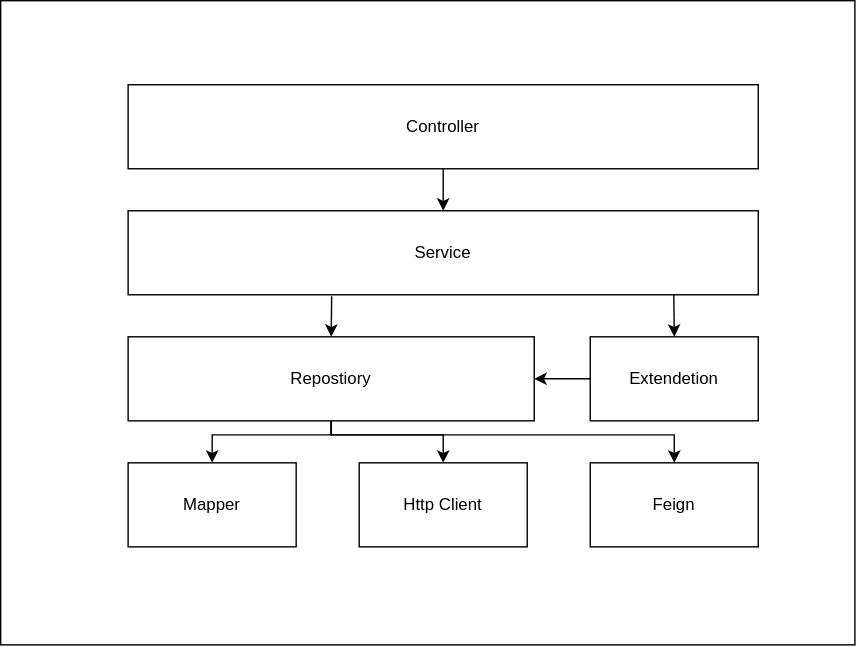
Above: Untitled Diagram.svg in jingwux/diagrams (draw.io), before the change. Source tidied: cells renumbered, new cells last; positions are measured from the earlier drawing's top-left corner, leaving out a move shared by most shapes. Source of this version:
```xml
<mxGraphModel>
  <root>
    <mxCell id="0" />
    <mxCell id="1" parent="0" />
    <mxCell id="2" style="rounded=0;whiteSpace=wrap;html=1;shadow=0;sketch=0;strokeWidth=1;" parent="1" vertex="1">
      <mxGeometry width="610" height="460" as="geometry" />
    </mxCell>
    <mxCell id="3" style="edgeStyle=orthogonalEdgeStyle;rounded=0;jettySize=auto;html=1;exitX=0.5;exitY=0;exitDx=0;exitDy=0;entryX=0.323;entryY=1.017;entryDx=0;entryDy=0;entryPerimeter=0;startArrow=classic;startFill=1;endArrow=none;endFill=0;" parent="1" edge="1" source="7" target="11">
      <mxGeometry relative="1" as="geometry" />
    </mxCell>
    <mxCell id="4" style="edgeStyle=orthogonalEdgeStyle;rounded=0;jettySize=auto;html=1;exitX=0.5;exitY=1;exitDx=0;exitDy=0;entryX=0.5;entryY=0;entryDx=0;entryDy=0;startArrow=none;startFill=0;endArrow=classic;endFill=1;" parent="1" edge="1" source="7" target="8">
      <mxGeometry relative="1" as="geometry">
        <Array as="points">
          <mxPoint x="236" y="310" />
          <mxPoint x="151" y="310" />
        </Array>
      </mxGeometry>
    </mxCell>
    <mxCell id="5" style="edgeStyle=orthogonalEdgeStyle;rounded=0;jettySize=auto;html=1;exitX=0.5;exitY=1;exitDx=0;exitDy=0;entryX=0.5;entryY=0;entryDx=0;entryDy=0;startArrow=none;startFill=0;endArrow=classic;endFill=1;" parent="1" edge="1" source="7" target="9">
      <mxGeometry relative="1" as="geometry">
        <Array as="points">
          <mxPoint x="236" y="310" />
          <mxPoint x="316" y="310" />
        </Array>
      </mxGeometry>
    </mxCell>
    <mxCell id="6" style="edgeStyle=orthogonalEdgeStyle;rounded=0;jettySize=auto;html=1;exitX=0.5;exitY=1;exitDx=0;exitDy=0;startArrow=none;startFill=0;endArrow=classic;endFill=1;" parent="1" edge="1" source="7" target="10">
      <mxGeometry relative="1" as="geometry">
        <Array as="points">
          <mxPoint x="236" y="310" />
          <mxPoint x="481" y="310" />
        </Array>
      </mxGeometry>
    </mxCell>
    <mxCell id="7" value="Repostiory" style="rounded=0;whiteSpace=wrap;html=1;shadow=0;sketch=0;strokeWidth=1;fillColor=#ffffff;" parent="1" vertex="1">
      <mxGeometry x="91" y="240" width="290" height="60" as="geometry" />
    </mxCell>
    <mxCell id="8" value="Mapper" style="rounded=0;whiteSpace=wrap;html=1;shadow=0;sketch=0;strokeWidth=1;fillColor=#ffffff;" parent="1" vertex="1">
      <mxGeometry x="91" y="330" width="120" height="60" as="geometry" />
    </mxCell>
    <mxCell id="9" value="Http Client" style="rounded=0;whiteSpace=wrap;html=1;shadow=0;sketch=0;strokeWidth=1;fillColor=#ffffff;" parent="1" vertex="1">
      <mxGeometry x="256" y="330" width="120" height="60" as="geometry" />
    </mxCell>
    <mxCell id="10" value="Feign" style="rounded=0;whiteSpace=wrap;html=1;shadow=0;sketch=0;strokeWidth=1;fillColor=#ffffff;" parent="1" vertex="1">
      <mxGeometry x="421" y="330" width="120" height="60" as="geometry" />
    </mxCell>
    <mxCell id="11" value="Service" style="rounded=0;whiteSpace=wrap;html=1;shadow=0;sketch=0;strokeWidth=1;fillColor=#ffffff;" parent="1" vertex="1">
      <mxGeometry x="91" y="150" width="450" height="60" as="geometry" />
    </mxCell>
    <mxCell id="12" style="edgeStyle=orthogonalEdgeStyle;rounded=0;jettySize=auto;html=1;exitX=0.5;exitY=1;exitDx=0;exitDy=0;entryX=0.5;entryY=0;entryDx=0;entryDy=0;startArrow=none;startFill=0;endArrow=classic;endFill=1;" parent="1" edge="1" source="13" target="11">
      <mxGeometry relative="1" as="geometry" />
    </mxCell>
    <mxCell id="13" value="Controller" style="rounded=0;whiteSpace=wrap;html=1;shadow=0;sketch=0;strokeWidth=1;fillColor=#ffffff;" parent="1" vertex="1">
      <mxGeometry x="91" y="60" width="450" height="60" as="geometry" />
    </mxCell>
    <mxCell id="14" style="edgeStyle=orthogonalEdgeStyle;rounded=0;jettySize=auto;html=1;exitX=0;exitY=0.5;exitDx=0;exitDy=0;entryX=1;entryY=0.5;entryDx=0;entryDy=0;" parent="1" edge="1" source="16" target="7">
      <mxGeometry relative="1" as="geometry" />
    </mxCell>
    <mxCell id="15" style="edgeStyle=orthogonalEdgeStyle;rounded=0;jettySize=auto;html=1;exitX=0.5;exitY=0;exitDx=0;exitDy=0;entryX=0.866;entryY=0.994;entryDx=0;entryDy=0;entryPerimeter=0;startArrow=classic;startFill=1;endArrow=none;endFill=0;" parent="1" edge="1" source="16" target="11">
      <mxGeometry relative="1" as="geometry" />
    </mxCell>
    <mxCell id="16" value="Extendetion" style="rounded=0;whiteSpace=wrap;html=1;shadow=0;sketch=0;strokeWidth=1;fillColor=#ffffff;" parent="1" vertex="1">
      <mxGeometry x="421" y="240" width="120" height="60" as="geometry" />
    </mxCell>
  </root>
</mxGraphModel>
```
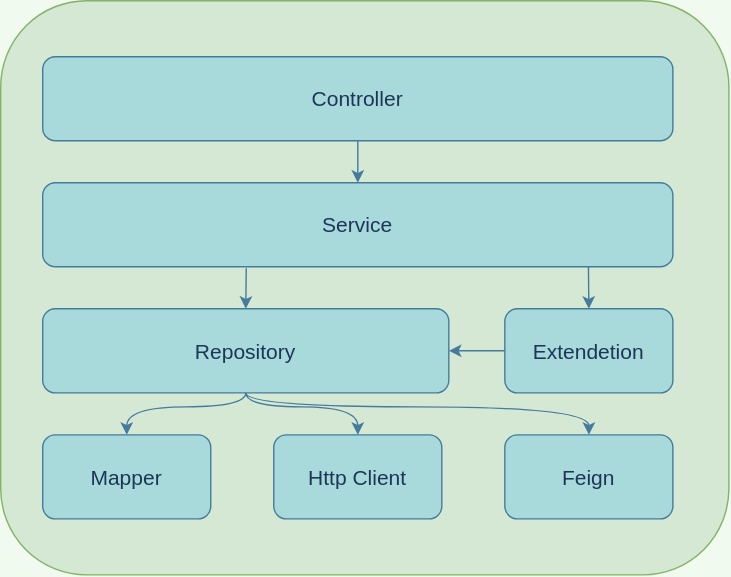
Above is the later version.

The edit, as a diff of the source:
```diff
@@ -1,14 +1,14 @@
-<mxGraphModel>
+<mxGraphModel background="#F1FAEE">
   <root>
     <mxCell id="0" />
     <mxCell id="1" parent="0" />
-    <mxCell id="2" style="rounded=0;whiteSpace=wrap;html=1;shadow=0;sketch=0;strokeWidth=1;" parent="1" vertex="1">
-      <mxGeometry width="610" height="460" as="geometry" />
+    <mxCell id="2" style="whiteSpace=wrap;html=1;shadow=0;strokeWidth=1;fillColor=#d5e8d4;strokeColor=#82b366;fontSize=15;rounded=1;" parent="1" vertex="1">
+      <mxGeometry x="61" y="20" width="520" height="410" as="geometry" />
     </mxCell>
-    <mxCell id="3" style="edgeStyle=orthogonalEdgeStyle;rounded=0;jettySize=auto;html=1;exitX=0.5;exitY=0;exitDx=0;exitDy=0;entryX=0.323;entryY=1.017;entryDx=0;entryDy=0;entryPerimeter=0;startArrow=classic;startFill=1;endArrow=none;endFill=0;" parent="1" edge="1" source="7" target="11">
+    <mxCell id="3" style="edgeStyle=orthogonalEdgeStyle;jettySize=auto;html=1;exitX=0.5;exitY=0;exitDx=0;exitDy=0;entryX=0.323;entryY=1.017;entryDx=0;entryDy=0;entryPerimeter=0;startArrow=classic;startFill=1;endArrow=none;endFill=0;labelBackgroundColor=#F1FAEE;strokeColor=#457B9D;fontColor=#1D3557;fontSize=15;curved=1;" parent="1" edge="1" source="7" target="11">
       <mxGeometry relative="1" as="geometry" />
     </mxCell>
-    <mxCell id="4" style="edgeStyle=orthogonalEdgeStyle;rounded=0;jettySize=auto;html=1;exitX=0.5;exitY=1;exitDx=0;exitDy=0;entryX=0.5;entryY=0;entryDx=0;entryDy=0;startArrow=none;startFill=0;endArrow=classic;endFill=1;" parent="1" edge="1" source="7" target="8">
+    <mxCell id="4" style="edgeStyle=orthogonalEdgeStyle;jettySize=auto;html=1;exitX=0.5;exitY=1;exitDx=0;exitDy=0;entryX=0.5;entryY=0;entryDx=0;entryDy=0;startArrow=none;startFill=0;endArrow=classic;endFill=1;labelBackgroundColor=#F1FAEE;strokeColor=#457B9D;fontColor=#1D3557;fontSize=15;curved=1;" parent="1" edge="1" source="7" target="8">
       <mxGeometry relative="1" as="geometry">
         <Array as="points">
           <mxPoint x="236" y="310" />
@@ -16,7 +16,7 @@
         </Array>
       </mxGeometry>
     </mxCell>
-    <mxCell id="5" style="edgeStyle=orthogonalEdgeStyle;rounded=0;jettySize=auto;html=1;exitX=0.5;exitY=1;exitDx=0;exitDy=0;entryX=0.5;entryY=0;entryDx=0;entryDy=0;startArrow=none;startFill=0;endArrow=classic;endFill=1;" parent="1" edge="1" source="7" target="9">
+    <mxCell id="5" style="edgeStyle=orthogonalEdgeStyle;jettySize=auto;html=1;exitX=0.5;exitY=1;exitDx=0;exitDy=0;entryX=0.5;entryY=0;entryDx=0;entryDy=0;startArrow=none;startFill=0;endArrow=classic;endFill=1;labelBackgroundColor=#F1FAEE;strokeColor=#457B9D;fontColor=#1D3557;fontSize=15;curved=1;" parent="1" edge="1" source="7" target="9">
       <mxGeometry relative="1" as="geometry">
         <Array as="points">
           <mxPoint x="236" y="310" />
@@ -24,7 +24,7 @@
         </Array>
       </mxGeometry>
     </mxCell>
-    <mxCell id="6" style="edgeStyle=orthogonalEdgeStyle;rounded=0;jettySize=auto;html=1;exitX=0.5;exitY=1;exitDx=0;exitDy=0;startArrow=none;startFill=0;endArrow=classic;endFill=1;" parent="1" edge="1" source="7" target="10">
+    <mxCell id="6" style="edgeStyle=orthogonalEdgeStyle;jettySize=auto;html=1;exitX=0.5;exitY=1;exitDx=0;exitDy=0;startArrow=none;startFill=0;endArrow=classic;endFill=1;labelBackgroundColor=#F1FAEE;strokeColor=#457B9D;fontColor=#1D3557;fontSize=15;curved=1;" parent="1" edge="1" source="7" target="10">
       <mxGeometry relative="1" as="geometry">
         <Array as="points">
           <mxPoint x="236" y="310" />
@@ -32,34 +32,34 @@
         </Array>
       </mxGeometry>
     </mxCell>
-    <mxCell id="7" value="Repostiory" style="rounded=0;whiteSpace=wrap;html=1;shadow=0;sketch=0;strokeWidth=1;fillColor=#ffffff;" parent="1" vertex="1">
+    <mxCell id="7" value="Repository" style="whiteSpace=wrap;html=1;shadow=0;strokeWidth=1;fillColor=#A8DADC;strokeColor=#457B9D;fontColor=#1D3557;fontSize=15;rounded=1;" parent="1" vertex="1">
       <mxGeometry x="91" y="240" width="290" height="60" as="geometry" />
     </mxCell>
-    <mxCell id="8" value="Mapper" style="rounded=0;whiteSpace=wrap;html=1;shadow=0;sketch=0;strokeWidth=1;fillColor=#ffffff;" parent="1" vertex="1">
+    <mxCell id="8" value="Mapper" style="whiteSpace=wrap;html=1;shadow=0;strokeWidth=1;fillColor=#A8DADC;strokeColor=#457B9D;fontColor=#1D3557;fontSize=15;rounded=1;" parent="1" vertex="1">
       <mxGeometry x="91" y="330" width="120" height="60" as="geometry" />
     </mxCell>
-    <mxCell id="9" value="Http Client" style="rounded=0;whiteSpace=wrap;html=1;shadow=0;sketch=0;strokeWidth=1;fillColor=#ffffff;" parent="1" vertex="1">
+    <mxCell id="9" value="Http Client" style="whiteSpace=wrap;html=1;shadow=0;strokeWidth=1;fillColor=#A8DADC;strokeColor=#457B9D;fontColor=#1D3557;fontSize=15;rounded=1;" parent="1" vertex="1">
       <mxGeometry x="256" y="330" width="120" height="60" as="geometry" />
     </mxCell>
-    <mxCell id="10" value="Feign" style="rounded=0;whiteSpace=wrap;html=1;shadow=0;sketch=0;strokeWidth=1;fillColor=#ffffff;" parent="1" vertex="1">
+    <mxCell id="10" value="Feign" style="whiteSpace=wrap;html=1;shadow=0;strokeWidth=1;fillColor=#A8DADC;strokeColor=#457B9D;fontColor=#1D3557;fontSize=15;rounded=1;" parent="1" vertex="1">
       <mxGeometry x="421" y="330" width="120" height="60" as="geometry" />
     </mxCell>
-    <mxCell id="11" value="Service" style="rounded=0;whiteSpace=wrap;html=1;shadow=0;sketch=0;strokeWidth=1;fillColor=#ffffff;" parent="1" vertex="1">
+    <mxCell id="11" value="Service" style="whiteSpace=wrap;html=1;shadow=0;strokeWidth=1;fillColor=#A8DADC;strokeColor=#457B9D;fontColor=#1D3557;fontSize=15;rounded=1;" parent="1" vertex="1">
       <mxGeometry x="91" y="150" width="450" height="60" as="geometry" />
     </mxCell>
-    <mxCell id="12" style="edgeStyle=orthogonalEdgeStyle;rounded=0;jettySize=auto;html=1;exitX=0.5;exitY=1;exitDx=0;exitDy=0;entryX=0.5;entryY=0;entryDx=0;entryDy=0;startArrow=none;startFill=0;endArrow=classic;endFill=1;" parent="1" edge="1" source="13" target="11">
+    <mxCell id="12" style="edgeStyle=orthogonalEdgeStyle;jettySize=auto;html=1;exitX=0.5;exitY=1;exitDx=0;exitDy=0;entryX=0.5;entryY=0;entryDx=0;entryDy=0;startArrow=none;startFill=0;endArrow=classic;endFill=1;labelBackgroundColor=#F1FAEE;strokeColor=#457B9D;fontColor=#1D3557;fontSize=15;curved=1;" parent="1" edge="1" source="13" target="11">
       <mxGeometry relative="1" as="geometry" />
     </mxCell>
-    <mxCell id="13" value="Controller" style="rounded=0;whiteSpace=wrap;html=1;shadow=0;sketch=0;strokeWidth=1;fillColor=#ffffff;" parent="1" vertex="1">
+    <mxCell id="13" value="Controller" style="whiteSpace=wrap;html=1;shadow=0;strokeWidth=1;fillColor=#A8DADC;strokeColor=#457B9D;fontColor=#1D3557;fontSize=15;rounded=1;" parent="1" vertex="1">
       <mxGeometry x="91" y="60" width="450" height="60" as="geometry" />
     </mxCell>
-    <mxCell id="14" style="edgeStyle=orthogonalEdgeStyle;rounded=0;jettySize=auto;html=1;exitX=0;exitY=0.5;exitDx=0;exitDy=0;entryX=1;entryY=0.5;entryDx=0;entryDy=0;" parent="1" edge="1" source="16" target="7">
+    <mxCell id="14" style="edgeStyle=orthogonalEdgeStyle;jettySize=auto;html=1;exitX=0;exitY=0.5;exitDx=0;exitDy=0;entryX=1;entryY=0.5;entryDx=0;entryDy=0;labelBackgroundColor=#F1FAEE;strokeColor=#457B9D;fontColor=#1D3557;fontSize=15;curved=1;" parent="1" edge="1" source="16" target="7">
       <mxGeometry relative="1" as="geometry" />
     </mxCell>
-    <mxCell id="15" style="edgeStyle=orthogonalEdgeStyle;rounded=0;jettySize=auto;html=1;exitX=0.5;exitY=0;exitDx=0;exitDy=0;entryX=0.866;entryY=0.994;entryDx=0;entryDy=0;entryPerimeter=0;startArrow=classic;startFill=1;endArrow=none;endFill=0;" parent="1" edge="1" source="16" target="11">
+    <mxCell id="15" style="edgeStyle=orthogonalEdgeStyle;jettySize=auto;html=1;exitX=0.5;exitY=0;exitDx=0;exitDy=0;entryX=0.866;entryY=0.994;entryDx=0;entryDy=0;entryPerimeter=0;startArrow=classic;startFill=1;endArrow=none;endFill=0;labelBackgroundColor=#F1FAEE;strokeColor=#457B9D;fontColor=#1D3557;fontSize=15;curved=1;" parent="1" edge="1" source="16" target="11">
       <mxGeometry relative="1" as="geometry" />
     </mxCell>
-    <mxCell id="16" value="Extendetion" style="rounded=0;whiteSpace=wrap;html=1;shadow=0;sketch=0;strokeWidth=1;fillColor=#ffffff;" parent="1" vertex="1">
+    <mxCell id="16" value="Extendetion" style="whiteSpace=wrap;html=1;shadow=0;strokeWidth=1;fillColor=#A8DADC;strokeColor=#457B9D;fontColor=#1D3557;fontSize=15;rounded=1;" parent="1" vertex="1">
       <mxGeometry x="421" y="240" width="120" height="60" as="geometry" />
     </mxCell>
   </root>
```
